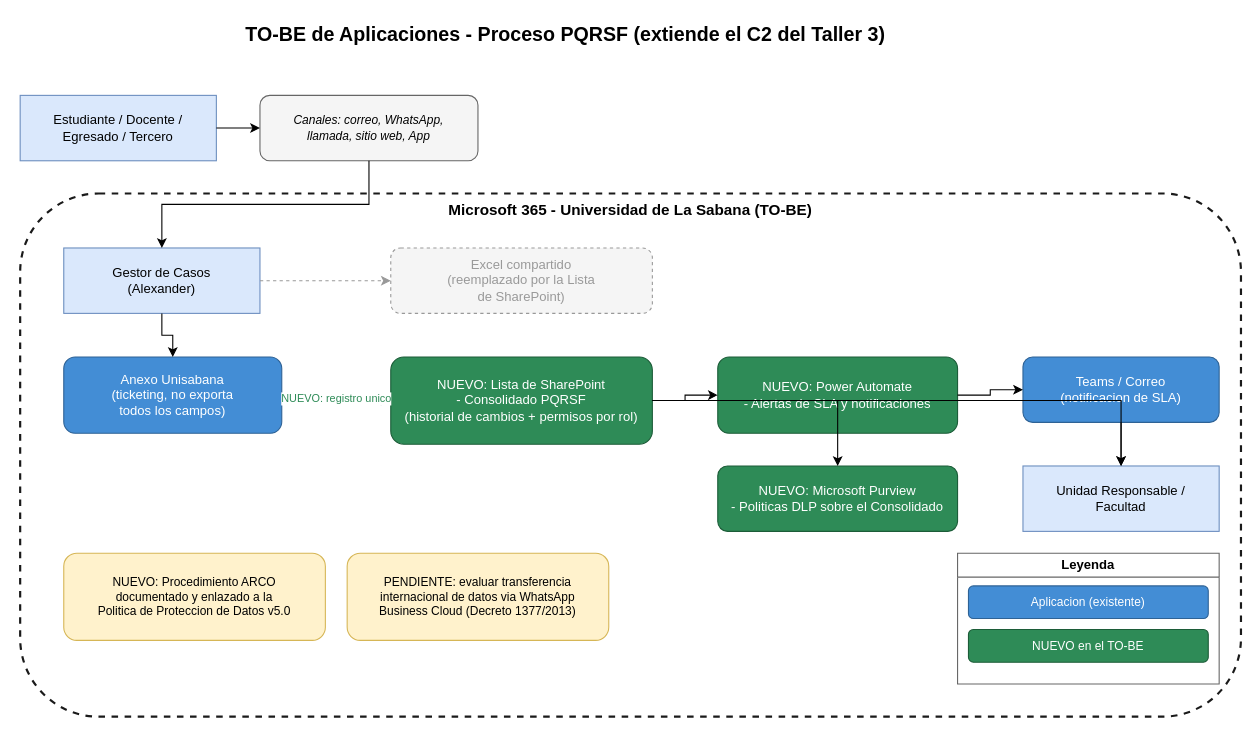
N1kxo/AREM-Innova2-JohannaMolina keeps this draw.io diagram as 07-opportunities-solutions/to-be-aplicaciones-final.drawio. Above is the earlier version. Source tidied: cells renumbered, new cells numbered last; positions are measured from the earlier drawing's top-left corner, leaving out a move shared by most shapes. Both pictures are drawn from the tidied source at 109%, with x=0, y=0 at pixel (20, 19).
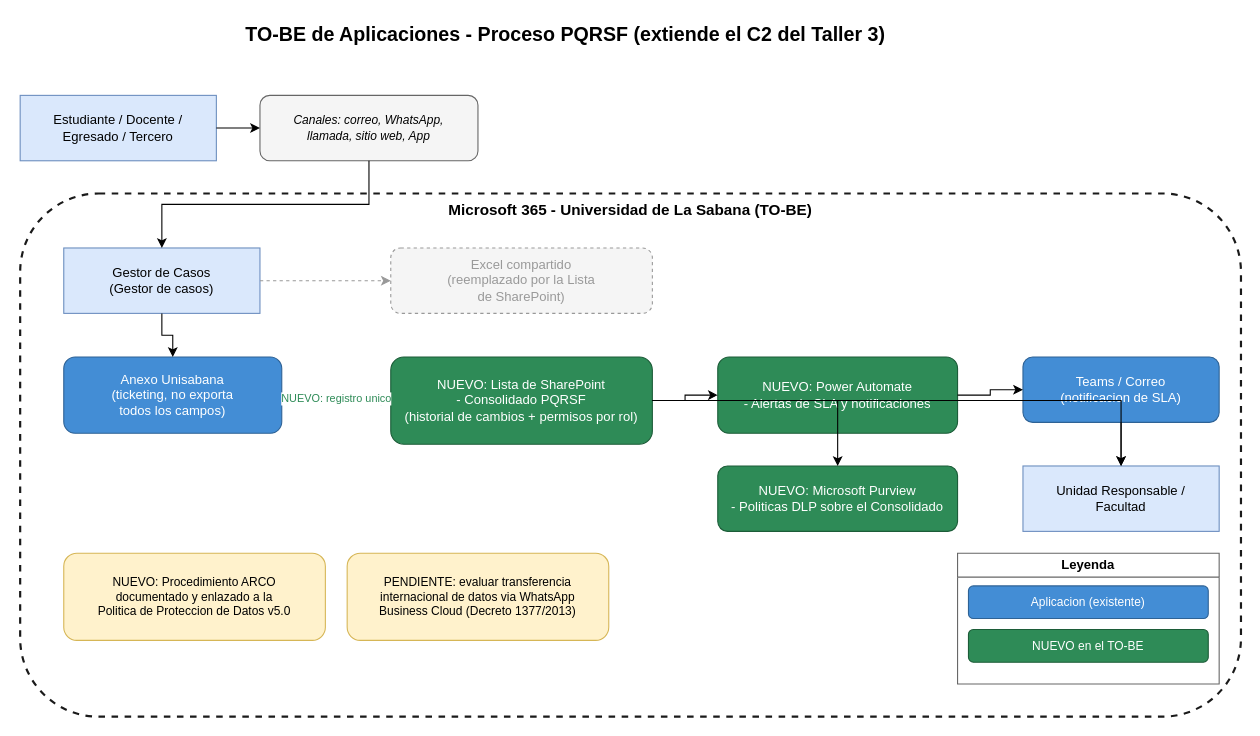
The same page after the edit.

The edit, as a diff of the source:
```diff
@@
-    <mxCell id="6" value="Gestor de Casos&#10;(Alexander)" style="rounded=0;whiteSpace=wrap;html=1;fillColor=#dae8fc;strokeColor=#6c8ebf;" parent="1" vertex="1">
+    <mxCell id="6" value="Gestor de Casos&#10;(Gestor de casos)" style="rounded=0;whiteSpace=wrap;html=1;fillColor=#dae8fc;strokeColor=#6c8ebf;" parent="1" vertex="1">
       <mxGeometry x="40" y="210" width="180" height="60" as="geometry" />
     </mxCell>
```
